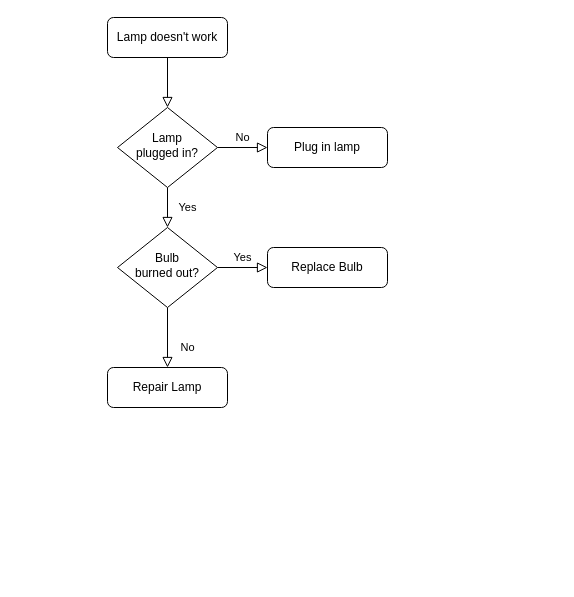
Earlier version of the draw.io diagram DeTree.drawio (paolominguzzi/agents). Source tidied: cells renumbered, new cells numbered last; positions are measured from the earlier drawing's top-left corner, leaving out a move shared by most shapes. Both pictures are drawn from the tidied source at 100%, with x=0, y=0 at pixel (107, 17).
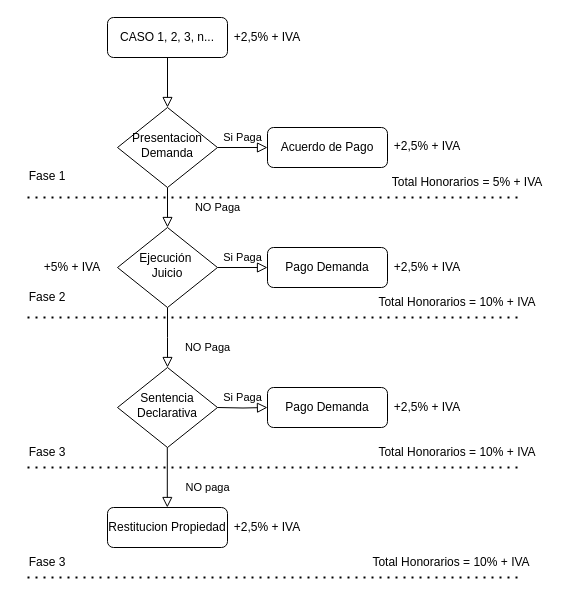
The same page after the edit.

Change to the diagram source:
```diff
@@
-    <mxCell id="3" value="Lamp doesn't work" style="rounded=1;whiteSpace=wrap;html=1;fontSize=12;glass=0;strokeWidth=1;shadow=0;" parent="1" vertex="1">
+    <mxCell id="3" value="CASO 1, 2, 3, n..." style="rounded=1;whiteSpace=wrap;html=1;fontSize=12;glass=0;strokeWidth=1;shadow=0;" parent="1" vertex="1">
       <mxGeometry width="120" height="40" as="geometry" />
     </mxCell>
-    <mxCell id="4" value="Yes" style="rounded=0;html=1;jettySize=auto;fontSize=11;endArrow=block;endFill=0;endSize=8;strokeWidth=1;shadow=0;labelBackgroundColor=none;edgeStyle=orthogonalEdgeStyle;" parent="1" edge="1" source="6" target="10">
-      <mxGeometry y="20" relative="1" as="geometry" />
+    <mxCell id="4" value="NO Paga" style="rounded=0;html=1;jettySize=auto;fontSize=11;endArrow=block;endFill=0;endSize=8;strokeWidth=1;shadow=0;labelBackgroundColor=none;edgeStyle=orthogonalEdgeStyle;" parent="1" edge="1" source="6" target="10">
+      <mxGeometry y="50" relative="1" as="geometry" />
     </mxCell>
-    <mxCell id="5" value="No" style="edgeStyle=orthogonalEdgeStyle;rounded=0;html=1;jettySize=auto;fontSize=11;endArrow=block;endFill=0;endSize=8;strokeWidth=1;shadow=0;labelBackgroundColor=none;" parent="1" edge="1" source="6" target="7">
+    <mxCell id="5" value="Si Paga" style="edgeStyle=orthogonalEdgeStyle;rounded=0;html=1;jettySize=auto;fontSize=11;endArrow=block;endFill=0;endSize=8;strokeWidth=1;shadow=0;labelBackgroundColor=none;" parent="1" edge="1" source="6" target="7">
       <mxGeometry y="10" relative="1" as="geometry" />
     </mxCell>
-    <mxCell id="6" value="Lamp&lt;br&gt;plugged in?" style="rhombus;whiteSpace=wrap;html=1;shadow=0;fontFamily=Helvetica;fontSize=12;align=center;strokeWidth=1;spacing=6;spacingTop=-4;" parent="1" vertex="1">
+    <mxCell id="6" value="Presentacion Demanda" style="rhombus;whiteSpace=wrap;html=1;shadow=0;fontFamily=Helvetica;fontSize=12;align=center;strokeWidth=1;spacing=6;spacingTop=-4;" parent="1" vertex="1">
       <mxGeometry x="10" y="90" width="100" height="80" as="geometry" />
     </mxCell>
-    <mxCell id="7" value="Plug in lamp" style="rounded=1;whiteSpace=wrap;html=1;fontSize=12;glass=0;strokeWidth=1;shadow=0;" parent="1" vertex="1">
+    <mxCell id="7" value="Acuerdo de Pago" style="rounded=1;whiteSpace=wrap;html=1;fontSize=12;glass=0;strokeWidth=1;shadow=0;" parent="1" vertex="1">
       <mxGeometry x="160" y="110" width="120" height="40" as="geometry" />
     </mxCell>
-    <mxCell id="8" value="No" style="rounded=0;html=1;jettySize=auto;fontSize=11;endArrow=block;endFill=0;endSize=8;strokeWidth=1;shadow=0;labelBackgroundColor=none;edgeStyle=orthogonalEdgeStyle;" parent="1" edge="1" source="10" target="11">
-      <mxGeometry x="0.33" y="20" relative="1" as="geometry" />
+    <mxCell id="8" value="NO Paga" style="rounded=0;html=1;jettySize=auto;fontSize=11;endArrow=block;endFill=0;endSize=8;strokeWidth=1;shadow=0;labelBackgroundColor=none;edgeStyle=orthogonalEdgeStyle;" parent="1" edge="1" source="10">
+      <mxGeometry x="0.32" y="40" relative="1" as="geometry">
+        <mxPoint x="60" y="350" as="targetPoint" />
+      </mxGeometry>
     </mxCell>
-    <mxCell id="9" value="Yes" style="edgeStyle=orthogonalEdgeStyle;rounded=0;html=1;jettySize=auto;fontSize=11;endArrow=block;endFill=0;endSize=8;strokeWidth=1;shadow=0;labelBackgroundColor=none;" parent="1" edge="1" source="10" target="12">
+    <mxCell id="9" value="Si Paga" style="edgeStyle=orthogonalEdgeStyle;rounded=0;html=1;jettySize=auto;fontSize=11;endArrow=block;endFill=0;endSize=8;strokeWidth=1;shadow=0;labelBackgroundColor=none;" parent="1" edge="1" source="10" target="12">
       <mxGeometry y="10" relative="1" as="geometry" />
     </mxCell>
-    <mxCell id="10" value="Bulb&lt;br&gt;burned out?" style="rhombus;whiteSpace=wrap;html=1;shadow=0;fontFamily=Helvetica;fontSize=12;align=center;strokeWidth=1;spacing=6;spacingTop=-4;" parent="1" vertex="1">
+    <mxCell id="10" value="Ejecución&amp;nbsp;&lt;div&gt;Juicio&lt;/div&gt;" style="rhombus;whiteSpace=wrap;html=1;shadow=0;fontFamily=Helvetica;fontSize=12;align=center;strokeWidth=1;spacing=6;spacingTop=-4;" parent="1" vertex="1">
       <mxGeometry x="10" y="210" width="100" height="80" as="geometry" />
     </mxCell>
-    <mxCell id="11" value="Repair Lamp" style="rounded=1;whiteSpace=wrap;html=1;fontSize=12;glass=0;strokeWidth=1;shadow=0;" parent="1" vertex="1">
-      <mxGeometry y="350" width="120" height="40" as="geometry" />
-    </mxCell>
-    <mxCell id="12" value="Replace Bulb" style="rounded=1;whiteSpace=wrap;html=1;fontSize=12;glass=0;strokeWidth=1;shadow=0;" parent="1" vertex="1">
+    <mxCell id="12" value="Pago Demanda" style="rounded=1;whiteSpace=wrap;html=1;fontSize=12;glass=0;strokeWidth=1;shadow=0;" parent="1" vertex="1">
       <mxGeometry x="160" y="230" width="120" height="40" as="geometry" />
     </mxCell>
+    <mxCell id="13" value="+2,5% + IVA" style="text;html=1;align=center;verticalAlign=middle;whiteSpace=wrap;rounded=0;" parent="1" vertex="1">
+      <mxGeometry x="115" y="5" width="90" height="30" as="geometry" />
+    </mxCell>
+    <mxCell id="14" value="+2,5% + IVA" style="text;html=1;align=center;verticalAlign=middle;whiteSpace=wrap;rounded=0;" parent="1" vertex="1">
+      <mxGeometry x="275" y="114" width="90" height="30" as="geometry" />
+    </mxCell>
+    <mxCell id="15" value="+5% + IVA" style="text;html=1;align=center;verticalAlign=middle;whiteSpace=wrap;rounded=0;" parent="1" vertex="1">
+      <mxGeometry x="-80" y="235" width="90" height="30" as="geometry" />
+    </mxCell>
+    <mxCell id="16" value="+2,5% + IVA" style="text;html=1;align=center;verticalAlign=middle;whiteSpace=wrap;rounded=0;" parent="1" vertex="1">
+      <mxGeometry x="275" y="235" width="90" height="30" as="geometry" />
+    </mxCell>
+    <mxCell id="17" value="+2,5% + IVA" style="text;html=1;align=center;verticalAlign=middle;whiteSpace=wrap;rounded=0;" parent="1" vertex="1">
+      <mxGeometry x="115" y="495" width="90" height="30" as="geometry" />
+    </mxCell>
+    <mxCell id="18" value="Restitucion Propiedad" style="rounded=1;whiteSpace=wrap;html=1;fontSize=12;glass=0;strokeWidth=1;shadow=0;" parent="1" vertex="1">
+      <mxGeometry y="490" width="120" height="40" as="geometry" />
+    </mxCell>
+    <mxCell id="19" value="Sentencia Declarativa" style="rhombus;whiteSpace=wrap;html=1;shadow=0;fontFamily=Helvetica;fontSize=12;align=center;strokeWidth=1;spacing=6;spacingTop=-4;" parent="1" vertex="1">
+      <mxGeometry x="10" y="350" width="100" height="80" as="geometry" />
+    </mxCell>
+    <mxCell id="20" value="Si Paga" style="edgeStyle=orthogonalEdgeStyle;rounded=0;html=1;jettySize=auto;fontSize=11;endArrow=block;endFill=0;endSize=8;strokeWidth=1;shadow=0;labelBackgroundColor=none;" parent="1" edge="1" target="21">
+      <mxGeometry x="0.03" y="10" relative="1" as="geometry">
+        <mxPoint x="110" y="390" as="sourcePoint" />
+      </mxGeometry>
+    </mxCell>
+    <mxCell id="21" value="Pago Demanda" style="rounded=1;whiteSpace=wrap;html=1;fontSize=12;glass=0;strokeWidth=1;shadow=0;" parent="1" vertex="1">
+      <mxGeometry x="160" y="370" width="120" height="40" as="geometry" />
+    </mxCell>
+    <mxCell id="22" value="+2,5% + IVA" style="text;html=1;align=center;verticalAlign=middle;whiteSpace=wrap;rounded=0;" parent="1" vertex="1">
+      <mxGeometry x="275" y="375" width="90" height="30" as="geometry" />
+    </mxCell>
+    <mxCell id="23" value="NO paga" style="rounded=0;html=1;jettySize=auto;orthogonalLoop=1;fontSize=11;endArrow=block;endFill=0;endSize=8;strokeWidth=1;shadow=0;labelBackgroundColor=none;edgeStyle=orthogonalEdgeStyle;" parent="1" edge="1">
+      <mxGeometry x="0.33" y="40" relative="1" as="geometry">
+        <mxPoint x="59.8" y="430" as="sourcePoint" />
+        <mxPoint x="59.8" y="490" as="targetPoint" />
+      </mxGeometry>
+    </mxCell>
+    <mxCell id="24" style="endArrow=none;dashed=1;html=1;dashPattern=1 3;strokeWidth=2;rounded=0;" parent="1" edge="1">
+      <mxGeometry relative="1" as="geometry">
+        <mxPoint x="-80" y="300" as="sourcePoint" />
+        <mxPoint x="410" y="300" as="targetPoint" />
+      </mxGeometry>
+    </mxCell>
+    <mxCell id="25" style="endArrow=none;dashed=1;html=1;dashPattern=1 3;strokeWidth=2;rounded=0;" parent="1" edge="1">
+      <mxGeometry relative="1" as="geometry">
+        <mxPoint x="-80" y="450" as="sourcePoint" />
+        <mxPoint x="410" y="450" as="targetPoint" />
+      </mxGeometry>
+    </mxCell>
+    <mxCell id="26" value="Total Honorarios = 5% + IVA" style="text;html=1;align=center;verticalAlign=middle;whiteSpace=wrap;rounded=0;" parent="1" vertex="1">
+      <mxGeometry x="270" y="150" width="180" height="30" as="geometry" />
+    </mxCell>
+    <mxCell id="27" style="endArrow=none;dashed=1;html=1;dashPattern=1 3;strokeWidth=2;rounded=0;" parent="1" edge="1">
+      <mxGeometry relative="1" as="geometry">
+        <mxPoint x="-80" y="180" as="sourcePoint" />
+        <mxPoint x="410" y="180" as="targetPoint" />
+      </mxGeometry>
+    </mxCell>
+    <mxCell id="28" value="Total Honorarios = 10% + IVA" style="text;html=1;align=center;verticalAlign=middle;whiteSpace=wrap;rounded=0;" parent="1" vertex="1">
+      <mxGeometry x="260" y="270" width="180" height="30" as="geometry" />
+    </mxCell>
+    <mxCell id="29" value="Total Honorarios = 10% + IVA" style="text;html=1;align=center;verticalAlign=middle;whiteSpace=wrap;rounded=0;" parent="1" vertex="1">
+      <mxGeometry x="260" y="420" width="180" height="30" as="geometry" />
+    </mxCell>
+    <mxCell id="30" style="endArrow=none;dashed=1;html=1;dashPattern=1 3;strokeWidth=2;rounded=0;" parent="1" edge="1">
+      <mxGeometry relative="1" as="geometry">
+        <mxPoint x="-80" y="560" as="sourcePoint" />
+        <mxPoint x="410" y="560" as="targetPoint" />
+      </mxGeometry>
+    </mxCell>
+    <mxCell id="31" value="Total Honorarios = 10% + IVA" style="text;html=1;align=center;verticalAlign=middle;whiteSpace=wrap;rounded=0;" parent="1" vertex="1">
+      <mxGeometry x="254" y="530" width="180" height="30" as="geometry" />
+    </mxCell>
+    <mxCell id="32" value="Fase 1" style="text;html=1;align=center;verticalAlign=middle;whiteSpace=wrap;rounded=0;" parent="1" vertex="1">
+      <mxGeometry x="-90" y="144" width="60" height="30" as="geometry" />
+    </mxCell>
+    <mxCell id="33" value="Fase 2" style="text;html=1;align=center;verticalAlign=middle;whiteSpace=wrap;rounded=0;" parent="1" vertex="1">
+      <mxGeometry x="-90" y="265" width="60" height="30" as="geometry" />
+    </mxCell>
+    <mxCell id="34" value="Fase 3" style="text;html=1;align=center;verticalAlign=middle;whiteSpace=wrap;rounded=0;" parent="1" vertex="1">
+      <mxGeometry x="-90" y="420" width="60" height="30" as="geometry" />
+    </mxCell>
+    <mxCell id="35" value="Fase 3" style="text;html=1;align=center;verticalAlign=middle;whiteSpace=wrap;rounded=0;" parent="1" vertex="1">
+      <mxGeometry x="-90" y="530" width="60" height="30" as="geometry" />
+    </mxCell>
```
